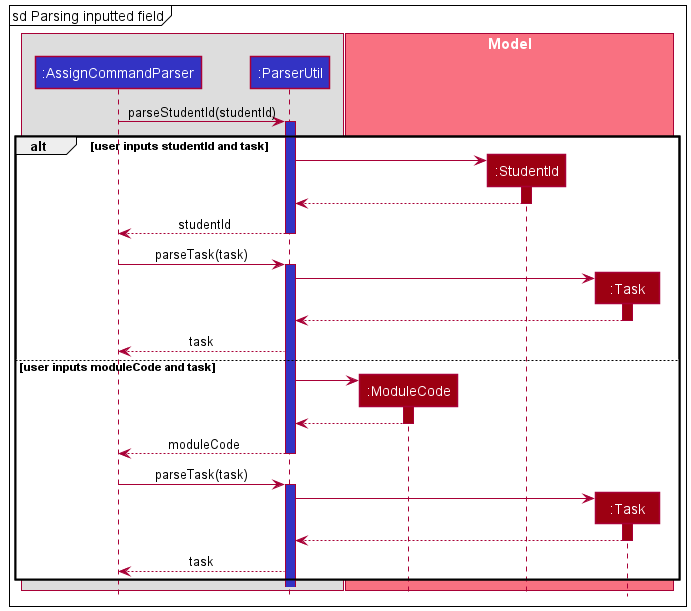
Before: docs/images/AssignCommandSequenceDiagram-2.png, a diagram exported from PlantUML (nus-cs2103-AY2122S2/tp).
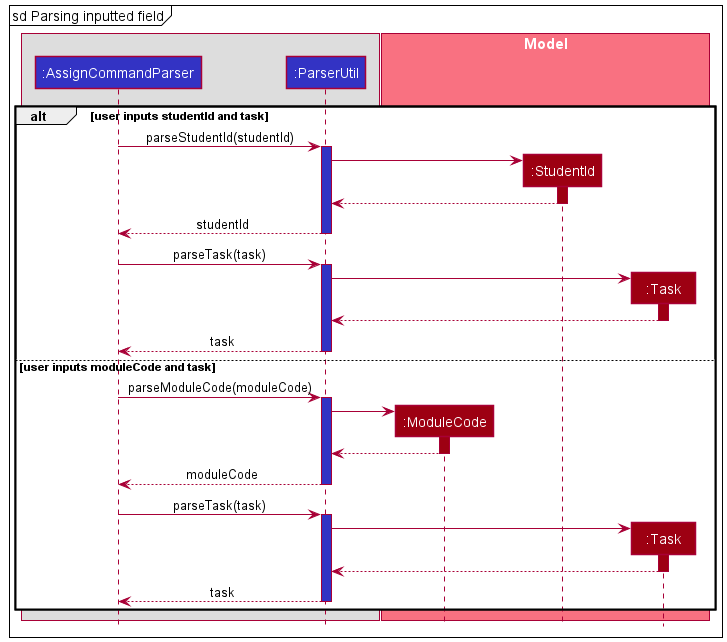
After the change.

What changed in the source:
```diff
@@ -14,10 +14,10 @@
 
 mainframe sd Parsing inputted field
 
-AssignCommandParser -> ParserUtil : parseStudentId(studentId)
-activate ParserUtil LOGIC_COLOR
 
 alt user inputs studentId and task
+    AssignCommandParser -> ParserUtil : parseStudentId(studentId)
+    activate ParserUtil LOGIC_COLOR
     create StudentId
     ParserUtil -> StudentId
     activate StudentId MODEL_COLOR
@@ -35,8 +35,12 @@
     Task --> ParserUtil
     deactivate
     ParserUtil --> AssignCommandParser : task
+    deactivate
 
 else user inputs moduleCode and task
+
+    AssignCommandParser -> ParserUtil : parseModuleCode(moduleCode)
+    activate ParserUtil LOGIC_COLOR
     create ModuleCode
     ParserUtil -> ModuleCode
     activate ModuleCode MODEL_COLOR
@@ -54,6 +58,7 @@
     Task --> ParserUtil
     deactivate
     ParserUtil --> AssignCommandParser : task
+    deactivate
 end
 
 @enduml
```
